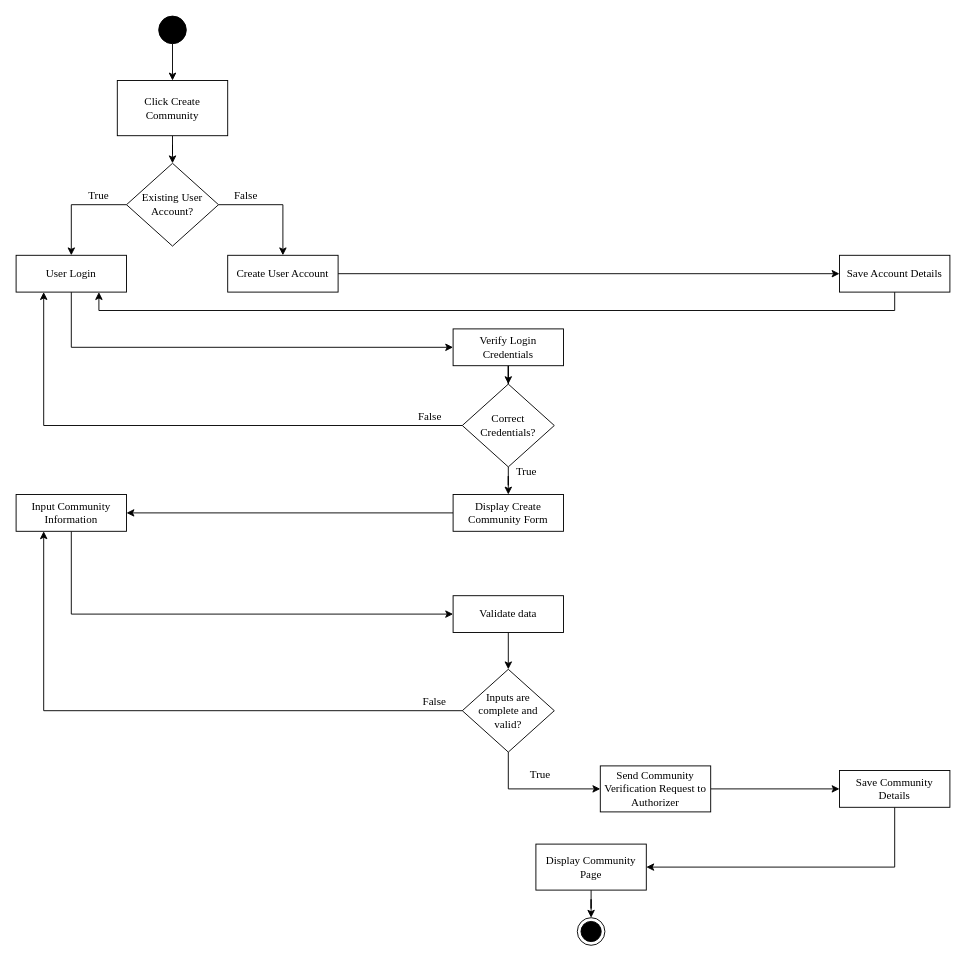
Earlier version of the draw.io diagram page "CommunityCreation" (3 of 13) of ConnexUs_Chap3.drawio (gvillanueva01/ConnexUs_diagrams). Source tidied: cells renumbered, new cells numbered last; positions are measured from the earlier drawing's top-left corner, leaving out a move shared by most shapes. Both pictures are drawn from the tidied source at 92%, with x=0, y=0 at pixel (16, 16).
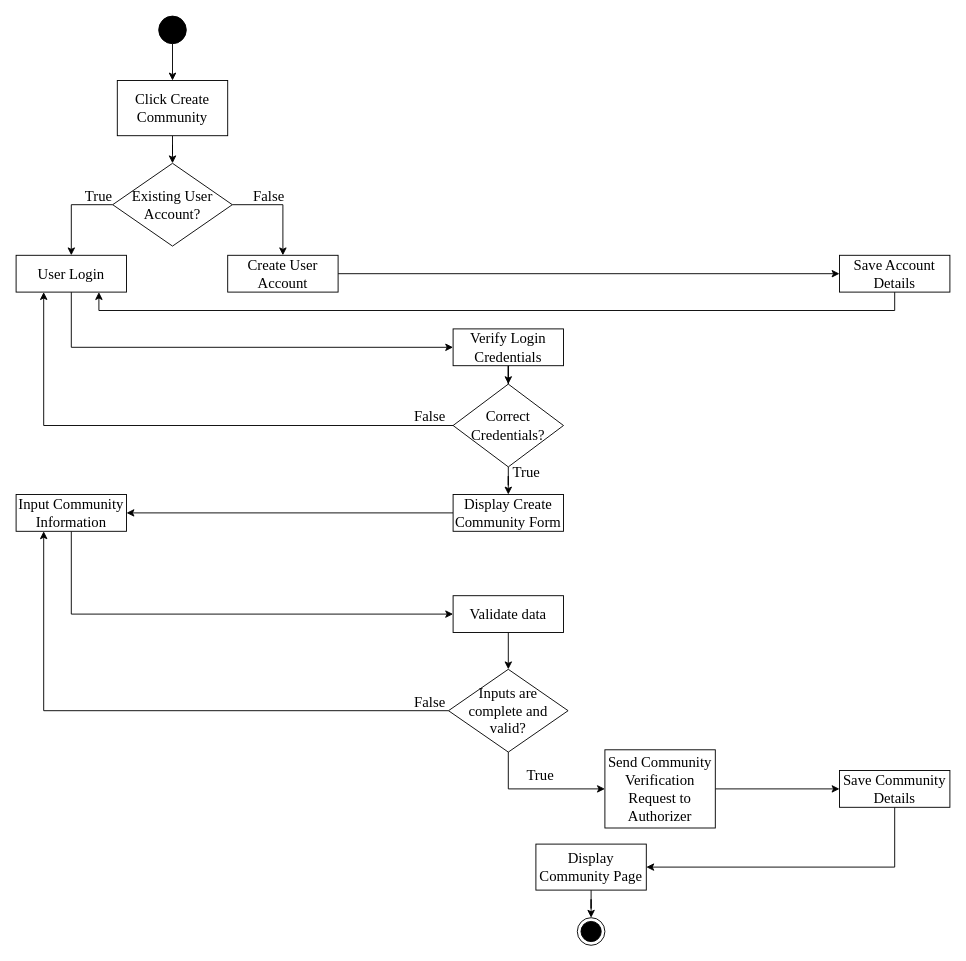
Above is the later version.

Diff of the diagram source:
```diff
@@
-    <mxCell id="2" style="edgeStyle=orthogonalEdgeStyle;rounded=0;jettySize=auto;html=1;entryX=0.5;entryY=0;entryDx=0;entryDy=0;" parent="1" edge="1" source="3" target="5">
+    <mxCell id="2" style="edgeStyle=orthogonalEdgeStyle;rounded=0;jettySize=auto;html=1;entryX=0.5;entryY=0;entryDx=0;entryDy=0;fontSize=16;" parent="1" edge="1" source="3" target="5">
       <mxGeometry relative="1" as="geometry" />
     </mxCell>
-    <mxCell id="3" style="ellipse;fillColor=strokeColor;html=1;" parent="1" vertex="1">
+    <mxCell id="3" style="ellipse;fillColor=strokeColor;html=1;fontSize=16;" parent="1" vertex="1">
       <mxGeometry x="155" width="30" height="30" as="geometry" />
     </mxCell>
-    <mxCell id="4" style="edgeStyle=orthogonalEdgeStyle;rounded=0;jettySize=auto;html=1;entryX=0.5;entryY=0;entryDx=0;entryDy=0;" parent="1" edge="1" source="5" target="15">
+    <mxCell id="4" style="edgeStyle=orthogonalEdgeStyle;rounded=0;jettySize=auto;html=1;entryX=0.5;entryY=0;entryDx=0;entryDy=0;fontSize=16;" parent="1" edge="1" source="5" target="15">
       <mxGeometry relative="1" as="geometry" />
     </mxCell>
-    <mxCell id="5" value="Click Create Community" style="rounded=0;whiteSpace=wrap;html=1;fontFamily=Times New Roman;" parent="1" vertex="1">
+    <mxCell id="5" value="Click Create Community" style="rounded=0;whiteSpace=wrap;html=1;fontFamily=Times New Roman;fontSize=16;" parent="1" vertex="1">
       <mxGeometry x="110" y="70" width="120" height="60" as="geometry" />
     </mxCell>
-    <mxCell id="6" style="edgeStyle=orthogonalEdgeStyle;rounded=0;jettySize=auto;html=1;entryX=0.75;entryY=1;entryDx=0;entryDy=0;" parent="1" edge="1" source="7" target="19">
+    <mxCell id="6" style="edgeStyle=orthogonalEdgeStyle;rounded=0;jettySize=auto;html=1;entryX=0.75;entryY=1;entryDx=0;entryDy=0;fontSize=16;" parent="1" edge="1" source="7" target="19">
       <mxGeometry relative="1" as="geometry">
         <Array as="points">
           <mxPoint x="955" y="320" />
           <mxPoint x="90" y="320" />
         </Array>
       </mxGeometry>
     </mxCell>
-    <mxCell id="7" value="Save Account Details" style="rounded=0;whiteSpace=wrap;html=1;fontFamily=Times New Roman;" parent="1" vertex="1">
+    <mxCell id="7" value="Save Account Details" style="rounded=0;whiteSpace=wrap;html=1;fontFamily=Times New Roman;fontSize=16;" parent="1" vertex="1">
       <mxGeometry x="895" y="260" width="120" height="40" as="geometry" />
     </mxCell>
-    <mxCell id="8" style="edgeStyle=orthogonalEdgeStyle;rounded=0;jettySize=auto;html=1;" parent="1" edge="1" source="9" target="23">
+    <mxCell id="8" style="edgeStyle=orthogonalEdgeStyle;rounded=0;jettySize=auto;html=1;fontSize=16;" parent="1" edge="1" source="9" target="23">
       <mxGeometry relative="1" as="geometry" />
     </mxCell>
-    <mxCell id="9" value="Display Create Community Form" style="rounded=0;whiteSpace=wrap;html=1;fontFamily=Times New Roman;" parent="1" vertex="1">
+    <mxCell id="9" value="Display Create Community Form" style="rounded=0;whiteSpace=wrap;html=1;fontFamily=Times New Roman;fontSize=16;" parent="1" vertex="1">
       <mxGeometry x="475" y="520" width="120" height="40" as="geometry" />
     </mxCell>
-    <mxCell id="10" style="edgeStyle=orthogonalEdgeStyle;rounded=0;jettySize=auto;html=1;entryX=0.25;entryY=1;entryDx=0;entryDy=0;" parent="1" edge="1" source="12" target="19">
+    <mxCell id="10" style="edgeStyle=orthogonalEdgeStyle;rounded=0;jettySize=auto;html=1;entryX=0.25;entryY=1;entryDx=0;entryDy=0;fontSize=16;" parent="1" edge="1" source="12" target="19">
       <mxGeometry relative="1" as="geometry" />
     </mxCell>
-    <mxCell id="11" style="edgeStyle=orthogonalEdgeStyle;rounded=0;jettySize=auto;html=1;entryX=0.5;entryY=0;entryDx=0;entryDy=0;" parent="1" edge="1" source="12" target="9">
+    <mxCell id="11" style="edgeStyle=orthogonalEdgeStyle;rounded=0;jettySize=auto;html=1;entryX=0.5;entryY=0;entryDx=0;entryDy=0;fontSize=16;" parent="1" edge="1" source="12" target="9">
       <mxGeometry relative="1" as="geometry" />
     </mxCell>
-    <mxCell id="12" value="&lt;font face=&quot;Times New Roman&quot;&gt;Correct Credentials?&lt;/font&gt;" style="shape=rhombus;html=1;dashed=0;whiteSpace=wrap;perimeter=rhombusPerimeter;" parent="1" vertex="1">
-      <mxGeometry x="485" y="400" width="100" height="90" as="geometry" />
+    <mxCell id="12" value="&lt;font face=&quot;Times New Roman&quot; style=&quot;font-size: 16px;&quot;&gt;Correct Credentials?&lt;/font&gt;" style="shape=rhombus;html=1;dashed=0;whiteSpace=wrap;perimeter=rhombusPerimeter;fontSize=16;" parent="1" vertex="1">
+      <mxGeometry x="475" y="400" width="120" height="90" as="geometry" />
     </mxCell>
-    <mxCell id="13" style="edgeStyle=orthogonalEdgeStyle;rounded=0;jettySize=auto;html=1;exitX=0;exitY=0.5;exitDx=0;exitDy=0;" parent="1" edge="1" source="15" target="19">
+    <mxCell id="13" style="edgeStyle=orthogonalEdgeStyle;rounded=0;jettySize=auto;html=1;exitX=0;exitY=0.5;exitDx=0;exitDy=0;fontSize=16;" parent="1" edge="1" source="15" target="19">
       <mxGeometry relative="1" as="geometry" />
     </mxCell>
-    <mxCell id="14" style="edgeStyle=orthogonalEdgeStyle;rounded=0;jettySize=auto;html=1;" parent="1" edge="1" source="15" target="17">
-      <mxGeometry relative="1" as="geometry" />
+    <mxCell id="14" style="edgeStyle=orthogonalEdgeStyle;rounded=0;jettySize=auto;html=1;fontSize=16;" parent="1" edge="1" source="15" target="17">
+      <mxGeometry relative="1" as="geometry">
+        <Array as="points">
+          <mxPoint x="290" y="205" />
+        </Array>
+      </mxGeometry>
     </mxCell>
-    <mxCell id="15" value="&lt;font face=&quot;Times New Roman&quot;&gt;Existing User Account?&lt;/font&gt;" style="shape=rhombus;html=1;dashed=0;whiteSpace=wrap;perimeter=rhombusPerimeter;" parent="1" vertex="1">
-      <mxGeometry x="120" y="160" width="100" height="90" as="geometry" />
+    <mxCell id="15" value="&lt;font face=&quot;Times New Roman&quot; style=&quot;font-size: 16px;&quot;&gt;Existing User Account?&lt;/font&gt;" style="shape=rhombus;html=1;dashed=0;whiteSpace=wrap;perimeter=rhombusPerimeter;fontSize=16;" parent="1" vertex="1">
+      <mxGeometry x="105" y="160" width="130" height="90" as="geometry" />
     </mxCell>
-    <mxCell id="16" style="edgeStyle=orthogonalEdgeStyle;rounded=0;jettySize=auto;html=1;entryX=0;entryY=0.5;entryDx=0;entryDy=0;" parent="1" edge="1" source="17" target="7">
+    <mxCell id="16" style="edgeStyle=orthogonalEdgeStyle;rounded=0;jettySize=auto;html=1;entryX=0;entryY=0.5;entryDx=0;entryDy=0;fontSize=16;" parent="1" edge="1" source="17" target="7">
       <mxGeometry relative="1" as="geometry" />
     </mxCell>
-    <mxCell id="17" value="Create User Account" style="rounded=0;whiteSpace=wrap;html=1;fontFamily=Times New Roman;" parent="1" vertex="1">
+    <mxCell id="17" value="Create User Account" style="rounded=0;whiteSpace=wrap;html=1;fontFamily=Times New Roman;fontSize=16;" parent="1" vertex="1">
       <mxGeometry x="230" y="260" width="120" height="40" as="geometry" />
     </mxCell>
-    <mxCell id="18" style="edgeStyle=orthogonalEdgeStyle;rounded=0;jettySize=auto;html=1;entryX=0;entryY=0.5;entryDx=0;entryDy=0;" parent="1" edge="1" source="19" target="21">
+    <mxCell id="18" style="edgeStyle=orthogonalEdgeStyle;rounded=0;jettySize=auto;html=1;entryX=0;entryY=0.5;entryDx=0;entryDy=0;fontSize=16;" parent="1" edge="1" source="19" target="21">
       <mxGeometry relative="1" as="geometry">
         <Array as="points">
           <mxPoint x="60" y="360" />
         </Array>
       </mxGeometry>
     </mxCell>
-    <mxCell id="19" value="User Login" style="rounded=0;whiteSpace=wrap;html=1;fontFamily=Times New Roman;" parent="1" vertex="1">
+    <mxCell id="19" value="User Login" style="rounded=0;whiteSpace=wrap;html=1;fontFamily=Times New Roman;fontSize=16;" parent="1" vertex="1">
       <mxGeometry y="260" width="120" height="40" as="geometry" />
     </mxCell>
-    <mxCell id="20" style="edgeStyle=orthogonalEdgeStyle;rounded=0;jettySize=auto;html=1;entryX=0.5;entryY=0;entryDx=0;entryDy=0;" parent="1" edge="1" source="21" target="12">
+    <mxCell id="20" style="edgeStyle=orthogonalEdgeStyle;rounded=0;jettySize=auto;html=1;entryX=0.5;entryY=0;entryDx=0;entryDy=0;fontSize=16;" parent="1" edge="1" source="21" target="12">
       <mxGeometry relative="1" as="geometry" />
     </mxCell>
-    <mxCell id="21" value="Verify Login Credentials" style="rounded=0;whiteSpace=wrap;html=1;fontFamily=Times New Roman;" parent="1" vertex="1">
+    <mxCell id="21" value="Verify Login Credentials" style="rounded=0;whiteSpace=wrap;html=1;fontFamily=Times New Roman;fontSize=16;" parent="1" vertex="1">
       <mxGeometry x="475" y="340" width="120" height="40" as="geometry" />
     </mxCell>
-    <mxCell id="22" style="edgeStyle=orthogonalEdgeStyle;rounded=0;jettySize=auto;html=1;entryX=0;entryY=0.5;entryDx=0;entryDy=0;" parent="1" edge="1" source="23" target="25">
+    <mxCell id="22" style="edgeStyle=orthogonalEdgeStyle;rounded=0;jettySize=auto;html=1;entryX=0;entryY=0.5;entryDx=0;entryDy=0;fontSize=16;" parent="1" edge="1" source="23" target="25">
       <mxGeometry relative="1" as="geometry">
         <Array as="points">
           <mxPoint x="60" y="650" />
         </Array>
       </mxGeometry>
     </mxCell>
-    <mxCell id="23" value="Input Community Information" style="rounded=0;whiteSpace=wrap;html=1;fontFamily=Times New Roman;" parent="1" vertex="1">
+    <mxCell id="23" value="Input Community Information" style="rounded=0;whiteSpace=wrap;html=1;fontFamily=Times New Roman;fontSize=16;" parent="1" vertex="1">
       <mxGeometry y="520" width="120" height="40" as="geometry" />
     </mxCell>
-    <mxCell id="24" style="edgeStyle=orthogonalEdgeStyle;rounded=0;jettySize=auto;html=1;entryX=0.5;entryY=0;entryDx=0;entryDy=0;" parent="1" edge="1" source="25" target="28">
+    <mxCell id="24" style="edgeStyle=orthogonalEdgeStyle;rounded=0;jettySize=auto;html=1;entryX=0.5;entryY=0;entryDx=0;entryDy=0;fontSize=16;" parent="1" edge="1" source="25" target="28">
       <mxGeometry relative="1" as="geometry" />
     </mxCell>
-    <mxCell id="25" value="Validate data" style="rounded=0;whiteSpace=wrap;html=1;fontFamily=Times New Roman;" parent="1" vertex="1">
+    <mxCell id="25" value="Validate data" style="rounded=0;whiteSpace=wrap;html=1;fontFamily=Times New Roman;fontSize=16;" parent="1" vertex="1">
       <mxGeometry x="475" y="630" width="120" height="40" as="geometry" />
     </mxCell>
-    <mxCell id="26" style="edgeStyle=orthogonalEdgeStyle;rounded=0;jettySize=auto;html=1;exitX=0;exitY=0.5;exitDx=0;exitDy=0;entryX=0.25;entryY=1;entryDx=0;entryDy=0;" parent="1" edge="1" source="28" target="23">
+    <mxCell id="26" style="edgeStyle=orthogonalEdgeStyle;rounded=0;jettySize=auto;html=1;exitX=0;exitY=0.5;exitDx=0;exitDy=0;entryX=0.25;entryY=1;entryDx=0;entryDy=0;fontSize=16;" parent="1" edge="1" source="28" target="23">
       <mxGeometry relative="1" as="geometry" />
     </mxCell>
-    <mxCell id="27" style="edgeStyle=orthogonalEdgeStyle;rounded=0;jettySize=auto;html=1;entryX=0;entryY=0.5;entryDx=0;entryDy=0;" parent="1" edge="1" source="28" target="32">
+    <mxCell id="27" style="edgeStyle=orthogonalEdgeStyle;rounded=0;jettySize=auto;html=1;entryX=0;entryY=0.5;entryDx=0;entryDy=0;fontSize=16;" parent="1" edge="1" source="28" target="32">
       <mxGeometry relative="1" as="geometry">
         <Array as="points">
           <mxPoint x="535" y="840" />
         </Array>
       </mxGeometry>
     </mxCell>
-    <mxCell id="28" value="&lt;font face=&quot;Times New Roman&quot;&gt;Inputs are &lt;br&gt;complete and &lt;br&gt;valid?&lt;/font&gt;" style="shape=rhombus;html=1;dashed=0;whiteSpace=wrap;perimeter=rhombusPerimeter;" parent="1" vertex="1">
-      <mxGeometry x="485" y="710" width="100" height="90" as="geometry" />
+    <mxCell id="28" value="&lt;font face=&quot;Times New Roman&quot; style=&quot;font-size: 16px;&quot;&gt;Inputs are &lt;br style=&quot;font-size: 16px;&quot;&gt;complete and &lt;br style=&quot;font-size: 16px;&quot;&gt;valid?&lt;/font&gt;" style="shape=rhombus;html=1;dashed=0;whiteSpace=wrap;perimeter=rhombusPerimeter;fontSize=16;" parent="1" vertex="1">
+      <mxGeometry x="470" y="710" width="130" height="90" as="geometry" />
     </mxCell>
-    <mxCell id="29" style="edgeStyle=orthogonalEdgeStyle;rounded=0;jettySize=auto;html=1;entryX=1;entryY=0.5;entryDx=0;entryDy=0;" parent="1" edge="1" source="30" target="34">
+    <mxCell id="29" style="edgeStyle=orthogonalEdgeStyle;rounded=0;jettySize=auto;html=1;entryX=1;entryY=0.5;entryDx=0;entryDy=0;fontSize=16;" parent="1" edge="1" source="30" target="34">
       <mxGeometry relative="1" as="geometry">
         <Array as="points">
           <mxPoint x="955" y="925" />
         </Array>
       </mxGeometry>
     </mxCell>
-    <mxCell id="30" value="Save Community Details" style="rounded=0;whiteSpace=wrap;html=1;fontFamily=Times New Roman;" parent="1" vertex="1">
+    <mxCell id="30" value="Save Community Details" style="rounded=0;whiteSpace=wrap;html=1;fontFamily=Times New Roman;fontSize=16;" parent="1" vertex="1">
       <mxGeometry x="895" y="820" width="120" height="40" as="geometry" />
     </mxCell>
-    <mxCell id="31" style="edgeStyle=orthogonalEdgeStyle;rounded=0;jettySize=auto;html=1;entryX=0;entryY=0.5;entryDx=0;entryDy=0;" parent="1" edge="1" source="32" target="30">
+    <mxCell id="31" style="edgeStyle=orthogonalEdgeStyle;rounded=0;jettySize=auto;html=1;entryX=0;entryY=0.5;entryDx=0;entryDy=0;fontSize=16;" parent="1" edge="1" source="32" target="30">
       <mxGeometry relative="1" as="geometry" />
     </mxCell>
-    <mxCell id="32" value="Send Community Verification Request to Authorizer" style="rounded=0;whiteSpace=wrap;html=1;fontFamily=Times New Roman;" parent="1" vertex="1">
-      <mxGeometry x="635" y="815" width="120" height="50" as="geometry" />
+    <mxCell id="32" value="Send Community Verification Request to Authorizer" style="rounded=0;whiteSpace=wrap;html=1;fontFamily=Times New Roman;fontSize=16;" parent="1" vertex="1">
+      <mxGeometry x="640" y="797.5" width="120" height="85" as="geometry" />
     </mxCell>
-    <mxCell id="33" style="edgeStyle=orthogonalEdgeStyle;rounded=0;jettySize=auto;html=1;entryX=0.5;entryY=0;entryDx=0;entryDy=0;" parent="1" edge="1" source="34" target="35">
+    <mxCell id="33" style="edgeStyle=orthogonalEdgeStyle;rounded=0;jettySize=auto;html=1;entryX=0.5;entryY=0;entryDx=0;entryDy=0;fontSize=16;" parent="1" edge="1" source="34" target="35">
       <mxGeometry relative="1" as="geometry" />
     </mxCell>
-    <mxCell id="34" value="Display Community Page" style="rounded=0;whiteSpace=wrap;html=1;fontFamily=Times New Roman;" parent="1" vertex="1">
+    <mxCell id="34" value="Display Community Page" style="rounded=0;whiteSpace=wrap;html=1;fontFamily=Times New Roman;fontSize=16;" parent="1" vertex="1">
       <mxGeometry x="565" y="900" width="120" height="50" as="geometry" />
     </mxCell>
-    <mxCell id="35" style="ellipse;html=1;shape=endState;fillColor=strokeColor;" parent="1" vertex="1">
+    <mxCell id="35" style="ellipse;html=1;shape=endState;fillColor=strokeColor;fontSize=16;" parent="1" vertex="1">
       <mxGeometry x="610" y="980" width="30" height="30" as="geometry" />
     </mxCell>
-    <mxCell id="36" value="True" style="text;html=1;strokeColor=none;fillColor=none;align=center;verticalAlign=middle;whiteSpace=wrap;rounded=0;fontFamily=Times New Roman;" parent="1" vertex="1">
+    <mxCell id="36" value="True" style="text;html=1;strokeColor=none;fillColor=none;align=center;verticalAlign=middle;whiteSpace=wrap;rounded=0;fontFamily=Times New Roman;fontSize=16;" parent="1" vertex="1">
       <mxGeometry x="60" y="180" width="60" height="30" as="geometry" />
     </mxCell>
-    <mxCell id="37" value="False" style="text;html=1;strokeColor=none;fillColor=none;align=center;verticalAlign=middle;whiteSpace=wrap;rounded=0;fontFamily=Times New Roman;" parent="1" vertex="1">
-      <mxGeometry x="220" y="180" width="60" height="30" as="geometry" />
+    <mxCell id="37" value="False" style="text;html=1;strokeColor=none;fillColor=none;align=center;verticalAlign=middle;whiteSpace=wrap;rounded=0;fontFamily=Times New Roman;fontSize=16;" parent="1" vertex="1">
+      <mxGeometry x="245" y="180" width="60" height="30" as="geometry" />
     </mxCell>
-    <mxCell id="38" value="False" style="text;html=1;strokeColor=none;fillColor=none;align=center;verticalAlign=middle;whiteSpace=wrap;rounded=0;fontFamily=Times New Roman;" parent="1" vertex="1">
+    <mxCell id="38" value="False" style="text;html=1;strokeColor=none;fillColor=none;align=center;verticalAlign=middle;whiteSpace=wrap;rounded=0;fontFamily=Times New Roman;fontSize=16;" parent="1" vertex="1">
       <mxGeometry x="420" y="420" width="60" height="30" as="geometry" />
     </mxCell>
-    <mxCell id="39" value="True" style="text;html=1;strokeColor=none;fillColor=none;align=center;verticalAlign=middle;whiteSpace=wrap;rounded=0;fontFamily=Times New Roman;" parent="1" vertex="1">
+    <mxCell id="39" value="True" style="text;html=1;strokeColor=none;fillColor=none;align=center;verticalAlign=middle;whiteSpace=wrap;rounded=0;fontFamily=Times New Roman;fontSize=16;" parent="1" vertex="1">
       <mxGeometry x="525" y="480" width="60" height="30" as="geometry" />
     </mxCell>
-    <mxCell id="40" value="True" style="text;html=1;strokeColor=none;fillColor=none;align=center;verticalAlign=middle;whiteSpace=wrap;rounded=0;fontFamily=Times New Roman;" parent="1" vertex="1">
+    <mxCell id="40" value="True" style="text;html=1;strokeColor=none;fillColor=none;align=center;verticalAlign=middle;whiteSpace=wrap;rounded=0;fontFamily=Times New Roman;fontSize=16;" parent="1" vertex="1">
       <mxGeometry x="540" y="810" width="60" height="30" as="geometry" />
     </mxCell>
-    <mxCell id="41" value="False" style="text;html=1;strokeColor=none;fillColor=none;align=center;verticalAlign=middle;whiteSpace=wrap;rounded=0;fontFamily=Times New Roman;" parent="1" vertex="1">
-      <mxGeometry x="425" y="730" width="60" height="30" as="geometry" />
+    <mxCell id="41" value="False" style="text;html=1;strokeColor=none;fillColor=none;align=center;verticalAlign=middle;whiteSpace=wrap;rounded=0;fontFamily=Times New Roman;fontSize=16;" parent="1" vertex="1">
+      <mxGeometry x="420" y="730" width="60" height="30" as="geometry" />
     </mxCell>
```
